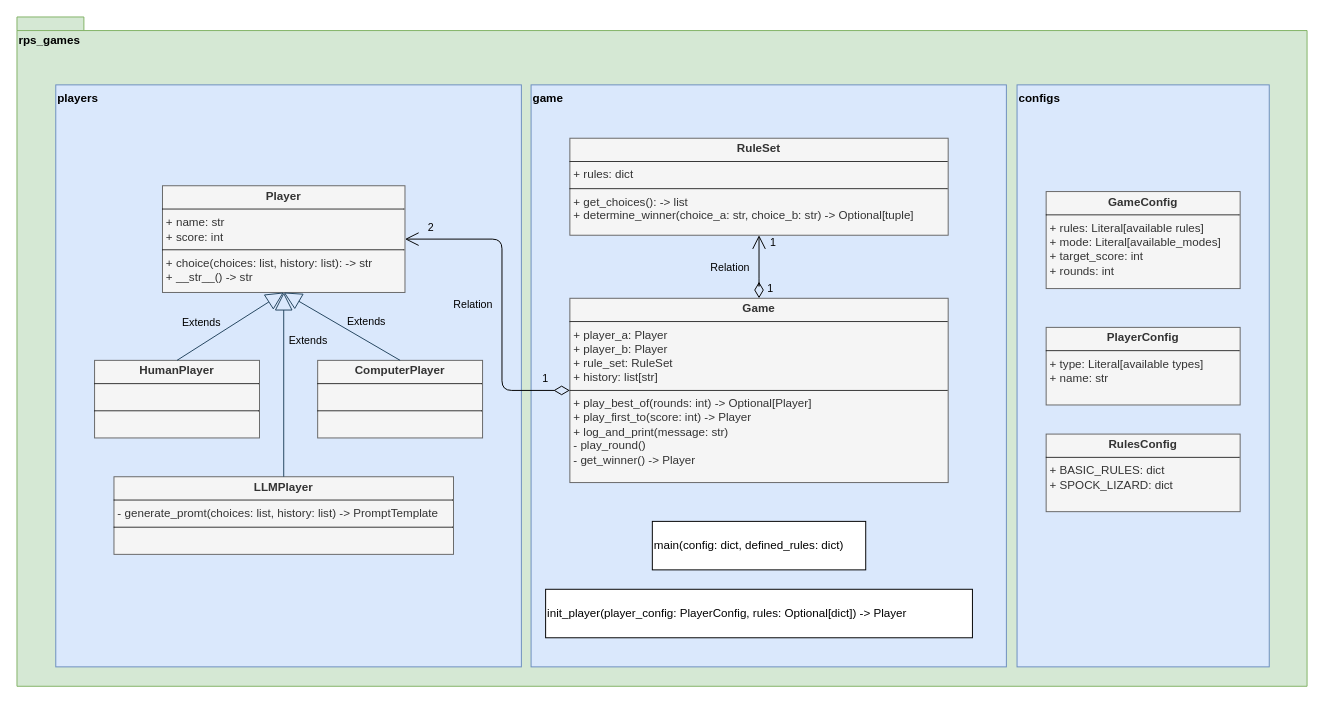
massimilianobotticelli/rock-paper-scissor keeps this draw.io diagram as docs/diagrams/classes.drawio. Above is the earlier version. Source tidied: cells renumbered, new cells numbered last; positions are measured from the earlier drawing's top-left corner, leaving out a move shared by most shapes. Both pictures are drawn from the tidied source at 97%, with x=0, y=0 at pixel (16, 16).
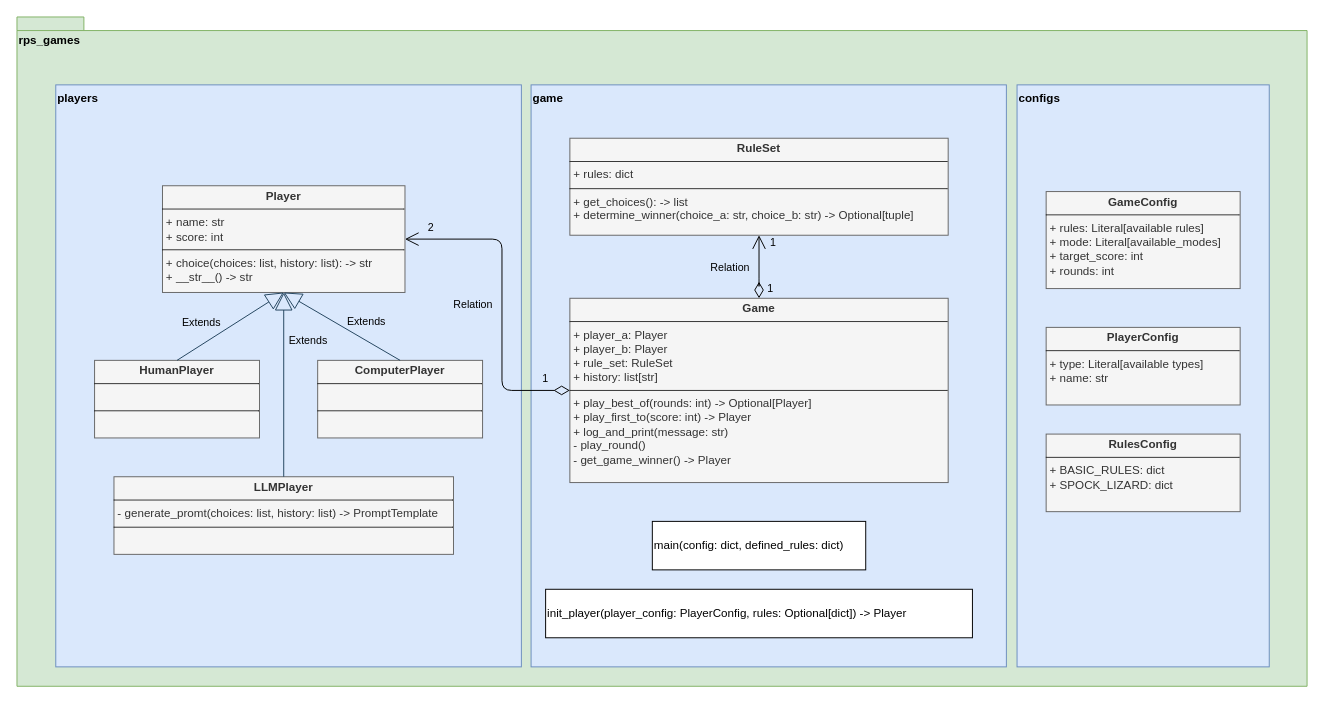
Above is the later version.

What changed in the source:
```diff
@@
-    <mxCell id="11" value="&lt;p style=&quot;margin:0px;margin-top:4px;text-align:center;&quot;&gt;&lt;b&gt;Game&lt;/b&gt;&lt;/p&gt;&lt;hr size=&quot;1&quot; style=&quot;border-style:solid;&quot;&gt;&lt;p style=&quot;margin:0px;margin-left:4px;&quot;&gt;+ player_a: Player&lt;/p&gt;&lt;p style=&quot;margin:0px;margin-left:4px;&quot;&gt;+ player_b: Player&lt;/p&gt;&lt;p style=&quot;margin:0px;margin-left:4px;&quot;&gt;+ rule_set: RuleSet&lt;/p&gt;&lt;p style=&quot;margin:0px;margin-left:4px;&quot;&gt;+ history: list[str]&lt;/p&gt;&lt;hr size=&quot;1&quot; style=&quot;border-style:solid;&quot;&gt;&lt;p style=&quot;margin:0px;margin-left:4px;&quot;&gt;&lt;span style=&quot;background-color: transparent;&quot;&gt;+ play_best_of(rounds: int) -&amp;gt; Optional[Player]&lt;/span&gt;&lt;/p&gt;&lt;p style=&quot;margin:0px;margin-left:4px;&quot;&gt;+ play_first_to(score: int) -&amp;gt; Player&lt;/p&gt;&lt;p style=&quot;margin:0px;margin-left:4px;&quot;&gt;+ log_and_print(message: str)&lt;/p&gt;&lt;p style=&quot;margin:0px;margin-left:4px;&quot;&gt;- play_round()&lt;/p&gt;&lt;p style=&quot;margin: 0px 0px 0px 4px;&quot;&gt;&lt;span style=&quot;background-color: transparent;&quot;&gt;- get_winner() -&amp;gt; Player&lt;/span&gt;&lt;/p&gt;&lt;p style=&quot;margin:0px;margin-left:4px;&quot;&gt;&lt;br&gt;&lt;/p&gt;" style="verticalAlign=top;align=left;overflow=fill;html=1;whiteSpace=wrap;fillColor=#f5f5f5;strokeColor=#666666;fontColor=#333333;" parent="1" vertex="1">
+    <mxCell id="11" value="&lt;p style=&quot;margin:0px;margin-top:4px;text-align:center;&quot;&gt;&lt;b&gt;Game&lt;/b&gt;&lt;/p&gt;&lt;hr size=&quot;1&quot; style=&quot;border-style:solid;&quot;&gt;&lt;p style=&quot;margin:0px;margin-left:4px;&quot;&gt;+ player_a: Player&lt;/p&gt;&lt;p style=&quot;margin:0px;margin-left:4px;&quot;&gt;+ player_b: Player&lt;/p&gt;&lt;p style=&quot;margin:0px;margin-left:4px;&quot;&gt;+ rule_set: RuleSet&lt;/p&gt;&lt;p style=&quot;margin:0px;margin-left:4px;&quot;&gt;+ history: list[str]&lt;/p&gt;&lt;hr size=&quot;1&quot; style=&quot;border-style:solid;&quot;&gt;&lt;p style=&quot;margin:0px;margin-left:4px;&quot;&gt;&lt;span style=&quot;background-color: transparent;&quot;&gt;+ play_best_of(rounds: int) -&amp;gt; Optional[Player]&lt;/span&gt;&lt;/p&gt;&lt;p style=&quot;margin:0px;margin-left:4px;&quot;&gt;+ play_first_to(score: int) -&amp;gt; Player&lt;/p&gt;&lt;p style=&quot;margin:0px;margin-left:4px;&quot;&gt;+ log_and_print(message: str)&lt;/p&gt;&lt;p style=&quot;margin:0px;margin-left:4px;&quot;&gt;- play_round()&lt;/p&gt;&lt;p style=&quot;margin: 0px 0px 0px 4px;&quot;&gt;&lt;span style=&quot;background-color: transparent;&quot;&gt;- get_game_winner() -&amp;gt; Player&lt;/span&gt;&lt;/p&gt;&lt;p style=&quot;margin:0px;margin-left:4px;&quot;&gt;&lt;br&gt;&lt;/p&gt;" style="verticalAlign=top;align=left;overflow=fill;html=1;whiteSpace=wrap;fillColor=#f5f5f5;strokeColor=#666666;fontColor=#333333;" parent="1" vertex="1">
       <mxGeometry x="570" y="290" width="390" height="190" as="geometry" />
     </mxCell>
```
